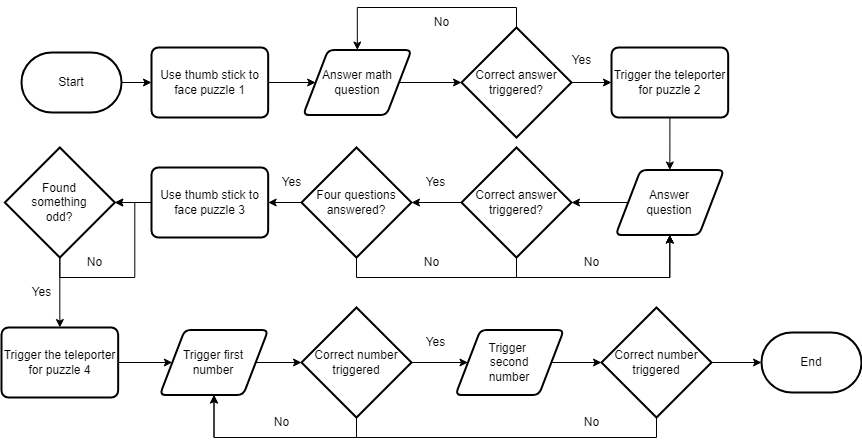
chanyongkeong8180/ykportfolio keeps this draw.io diagram as multimedia/flowchart.png. Above is the earlier version. Source tidied: cells renumbered, new cells last; positions are measured from the earlier drawing's top-left corner, leaving out a move shared by most shapes. Source of this version:
```xml
<mxGraphModel>
  <root>
    <mxCell id="0" />
    <mxCell id="1" parent="0" />
    <mxCell id="2" style="edgeStyle=orthogonalEdgeStyle;rounded=0;jettySize=auto;html=1;entryX=0;entryY=0.5;entryDx=0;entryDy=0;" parent="1" edge="1" source="3" target="5">
      <mxGeometry relative="1" as="geometry" />
    </mxCell>
    <mxCell id="3" value="Start" style="strokeWidth=2;html=1;shape=mxgraph.flowchart.terminator;whiteSpace=wrap;align=center;verticalAlign=middle;horizontal=1;" parent="1" vertex="1">
      <mxGeometry x="20" y="45" width="100" height="60" as="geometry" />
    </mxCell>
    <mxCell id="4" style="edgeStyle=orthogonalEdgeStyle;rounded=0;jettySize=auto;html=1;entryX=0;entryY=0.5;entryDx=0;entryDy=0;" parent="1" edge="1" source="5" target="30">
      <mxGeometry relative="1" as="geometry" />
    </mxCell>
    <mxCell id="5" value="Use thumb stick to face puzzle 1" style="rounded=1;whiteSpace=wrap;html=1;absoluteArcSize=1;arcSize=14;strokeWidth=2;" parent="1" vertex="1">
      <mxGeometry x="150" y="40" width="116.7" height="70" as="geometry" />
    </mxCell>
    <mxCell id="6" style="edgeStyle=orthogonalEdgeStyle;rounded=0;jettySize=auto;html=1;entryX=0;entryY=0.5;entryDx=0;entryDy=0;entryPerimeter=0;exitX=1;exitY=0.5;exitDx=0;exitDy=0;" parent="1" edge="1" source="30" target="9">
      <mxGeometry relative="1" as="geometry" />
    </mxCell>
    <mxCell id="7" style="edgeStyle=orthogonalEdgeStyle;rounded=0;jettySize=auto;html=1;exitX=1;exitY=0.5;exitDx=0;exitDy=0;exitPerimeter=0;entryX=0;entryY=0.5;entryDx=0;entryDy=0;" parent="1" edge="1" source="9" target="13">
      <mxGeometry relative="1" as="geometry" />
    </mxCell>
    <mxCell id="8" style="edgeStyle=orthogonalEdgeStyle;rounded=0;jettySize=auto;html=1;exitX=0.5;exitY=0;exitDx=0;exitDy=0;exitPerimeter=0;entryX=0.5;entryY=0;entryDx=0;entryDy=0;" parent="1" edge="1" source="9" target="30">
      <mxGeometry relative="1" as="geometry" />
    </mxCell>
    <mxCell id="9" value="Correct answer triggered?" style="strokeWidth=2;html=1;shape=mxgraph.flowchart.decision;whiteSpace=wrap;" parent="1" vertex="1">
      <mxGeometry x="460" y="20" width="110" height="110" as="geometry" />
    </mxCell>
    <mxCell id="10" value="Yes" style="text;html=1;align=center;verticalAlign=middle;strokeColor=none;fillColor=none;" parent="1" vertex="1">
      <mxGeometry x="560" y="38" width="40" height="30" as="geometry" />
    </mxCell>
    <mxCell id="11" value="No" style="text;html=1;align=center;verticalAlign=middle;strokeColor=none;fillColor=none;" parent="1" vertex="1">
      <mxGeometry x="420" width="40" height="30" as="geometry" />
    </mxCell>
    <mxCell id="12" style="edgeStyle=orthogonalEdgeStyle;rounded=0;jettySize=auto;html=1;entryX=0.5;entryY=0;entryDx=0;entryDy=0;" parent="1" edge="1" source="13" target="39">
      <mxGeometry relative="1" as="geometry" />
    </mxCell>
    <mxCell id="13" value="Trigger the teleporter for puzzle 2" style="rounded=1;whiteSpace=wrap;html=1;absoluteArcSize=1;arcSize=14;strokeWidth=2;" parent="1" vertex="1">
      <mxGeometry x="610" y="40" width="116.7" height="70" as="geometry" />
    </mxCell>
    <mxCell id="14" style="edgeStyle=orthogonalEdgeStyle;rounded=0;jettySize=auto;html=1;exitX=0.5;exitY=1;exitDx=0;exitDy=0;exitPerimeter=0;entryX=0.5;entryY=1;entryDx=0;entryDy=0;" parent="1" edge="1" source="16" target="39">
      <mxGeometry relative="1" as="geometry" />
    </mxCell>
    <mxCell id="15" style="edgeStyle=orthogonalEdgeStyle;rounded=0;jettySize=auto;html=1;exitX=0;exitY=0.5;exitDx=0;exitDy=0;exitPerimeter=0;entryX=1;entryY=0.5;entryDx=0;entryDy=0;entryPerimeter=0;" parent="1" edge="1" source="16" target="22">
      <mxGeometry relative="1" as="geometry" />
    </mxCell>
    <mxCell id="16" value="Correct answer triggered?" style="strokeWidth=2;html=1;shape=mxgraph.flowchart.decision;whiteSpace=wrap;" parent="1" vertex="1">
      <mxGeometry x="460" y="140" width="110" height="110" as="geometry" />
    </mxCell>
    <mxCell id="17" style="edgeStyle=orthogonalEdgeStyle;rounded=0;jettySize=auto;html=1;exitX=0;exitY=0.5;exitDx=0;exitDy=0;entryX=1;entryY=0.5;entryDx=0;entryDy=0;entryPerimeter=0;" parent="1" edge="1" source="39" target="16">
      <mxGeometry relative="1" as="geometry" />
    </mxCell>
    <mxCell id="18" value="No" style="text;html=1;align=center;verticalAlign=middle;strokeColor=none;fillColor=none;" parent="1" vertex="1">
      <mxGeometry x="570" y="240" width="40" height="30" as="geometry" />
    </mxCell>
    <mxCell id="19" value="Yes" style="text;html=1;align=center;verticalAlign=middle;strokeColor=none;fillColor=none;" parent="1" vertex="1">
      <mxGeometry x="414" y="160" width="40" height="30" as="geometry" />
    </mxCell>
    <mxCell id="20" style="edgeStyle=orthogonalEdgeStyle;rounded=0;jettySize=auto;html=1;exitX=0;exitY=0.5;exitDx=0;exitDy=0;exitPerimeter=0;entryX=1;entryY=0.5;entryDx=0;entryDy=0;" parent="1" edge="1" source="22" target="26">
      <mxGeometry relative="1" as="geometry" />
    </mxCell>
    <mxCell id="21" style="edgeStyle=orthogonalEdgeStyle;rounded=0;orthogonalLoop=1;jettySize=auto;html=1;exitX=0.5;exitY=1;exitDx=0;exitDy=0;exitPerimeter=0;entryX=0.5;entryY=1;entryDx=0;entryDy=0;" parent="1" edge="1">
      <mxGeometry relative="1" as="geometry">
        <mxPoint x="668.3" y="235" as="sourcePoint" />
        <mxPoint x="668.3" y="227.5" as="targetPoint" />
      </mxGeometry>
    </mxCell>
    <mxCell id="22" value="Four questions answered?" style="strokeWidth=2;html=1;shape=mxgraph.flowchart.decision;whiteSpace=wrap;" parent="1" vertex="1">
      <mxGeometry x="300" y="140" width="110" height="110" as="geometry" />
    </mxCell>
    <mxCell id="23" value="Yes" style="text;html=1;align=center;verticalAlign=middle;strokeColor=none;fillColor=none;" parent="1" vertex="1">
      <mxGeometry x="270" y="160" width="40" height="30" as="geometry" />
    </mxCell>
    <mxCell id="24" value="No" style="text;html=1;align=center;verticalAlign=middle;strokeColor=none;fillColor=none;" parent="1" vertex="1">
      <mxGeometry x="410" y="240" width="40" height="30" as="geometry" />
    </mxCell>
    <mxCell id="25" style="edgeStyle=orthogonalEdgeStyle;rounded=0;jettySize=auto;html=1;exitX=0;exitY=0.5;exitDx=0;exitDy=0;entryX=1;entryY=0.5;entryDx=0;entryDy=0;entryPerimeter=0;" parent="1" edge="1" source="26" target="42">
      <mxGeometry relative="1" as="geometry" />
    </mxCell>
    <mxCell id="26" value="Use thumb stick to face puzzle 3" style="rounded=1;whiteSpace=wrap;html=1;absoluteArcSize=1;arcSize=14;strokeWidth=2;" parent="1" vertex="1">
      <mxGeometry x="150" y="160" width="116.7" height="70" as="geometry" />
    </mxCell>
    <mxCell id="27" style="edgeStyle=orthogonalEdgeStyle;rounded=0;jettySize=auto;html=1;exitX=0.5;exitY=1;exitDx=0;exitDy=0;entryX=0.5;entryY=0;entryDx=0;entryDy=0;exitPerimeter=0;" parent="1" edge="1" source="42" target="29">
      <mxGeometry relative="1" as="geometry" />
    </mxCell>
    <mxCell id="28" style="edgeStyle=orthogonalEdgeStyle;rounded=0;jettySize=auto;html=1;entryX=0;entryY=0.5;entryDx=0;entryDy=0;" parent="1" edge="1" source="29" target="40">
      <mxGeometry relative="1" as="geometry" />
    </mxCell>
    <mxCell id="29" value="Trigger the teleporter for puzzle 4" style="rounded=1;whiteSpace=wrap;html=1;absoluteArcSize=1;arcSize=14;strokeWidth=2;" parent="1" vertex="1">
      <mxGeometry y="320" width="116.7" height="70" as="geometry" />
    </mxCell>
    <mxCell id="30" value="Answer math question" style="shape=parallelogram;html=1;strokeWidth=2;perimeter=parallelogramPerimeter;whiteSpace=wrap;rounded=1;arcSize=12;size=0.23;" parent="1" vertex="1">
      <mxGeometry x="301.7" y="42.5" width="108.3" height="65" as="geometry" />
    </mxCell>
    <mxCell id="31" value="Yes" style="text;html=1;align=center;verticalAlign=middle;strokeColor=none;fillColor=none;" parent="1" vertex="1">
      <mxGeometry x="20" y="270" width="40" height="30" as="geometry" />
    </mxCell>
    <mxCell id="32" style="edgeStyle=orthogonalEdgeStyle;rounded=0;jettySize=auto;html=1;exitX=1;exitY=0.5;exitDx=0;exitDy=0;entryX=0;entryY=0.5;entryDx=0;entryDy=0;entryPerimeter=0;" parent="1" edge="1" source="40" target="35">
      <mxGeometry relative="1" as="geometry" />
    </mxCell>
    <mxCell id="33" style="edgeStyle=orthogonalEdgeStyle;rounded=0;jettySize=auto;html=1;exitX=1;exitY=0.5;exitDx=0;exitDy=0;exitPerimeter=0;entryX=0;entryY=0.5;entryDx=0;entryDy=0;" parent="1" edge="1" source="35" target="41">
      <mxGeometry relative="1" as="geometry" />
    </mxCell>
    <mxCell id="34" style="edgeStyle=orthogonalEdgeStyle;rounded=0;jettySize=auto;html=1;exitX=0.5;exitY=1;exitDx=0;exitDy=0;exitPerimeter=0;entryX=0.5;entryY=1;entryDx=0;entryDy=0;" parent="1" edge="1" source="35" target="40">
      <mxGeometry relative="1" as="geometry" />
    </mxCell>
    <mxCell id="35" value="Correct number triggered" style="strokeWidth=2;html=1;shape=mxgraph.flowchart.decision;whiteSpace=wrap;" parent="1" vertex="1">
      <mxGeometry x="300" y="300" width="110" height="110" as="geometry" />
    </mxCell>
    <mxCell id="36" value="Yes" style="text;html=1;align=center;verticalAlign=middle;strokeColor=none;fillColor=none;" parent="1" vertex="1">
      <mxGeometry x="414" y="320" width="40" height="30" as="geometry" />
    </mxCell>
    <mxCell id="37" value="No" style="text;html=1;align=center;verticalAlign=middle;strokeColor=none;fillColor=none;" parent="1" vertex="1">
      <mxGeometry x="260" y="400" width="40" height="30" as="geometry" />
    </mxCell>
    <mxCell id="38" style="edgeStyle=orthogonalEdgeStyle;rounded=0;jettySize=auto;html=1;exitX=0.5;exitY=1;exitDx=0;exitDy=0;exitPerimeter=0;entryX=0.5;entryY=1;entryDx=0;entryDy=0;" parent="1" edge="1" source="22" target="39">
      <mxGeometry relative="1" as="geometry" />
    </mxCell>
    <mxCell id="39" value="Answer&lt;div&gt;question&lt;/div&gt;" style="shape=parallelogram;html=1;strokeWidth=2;perimeter=parallelogramPerimeter;whiteSpace=wrap;rounded=1;arcSize=12;size=0.23;" parent="1" vertex="1">
      <mxGeometry x="614.2" y="162.5" width="108.3" height="65" as="geometry" />
    </mxCell>
    <mxCell id="40" value="Trigger first&lt;div&gt;number&lt;/div&gt;" style="shape=parallelogram;html=1;strokeWidth=2;perimeter=parallelogramPerimeter;whiteSpace=wrap;rounded=1;arcSize=12;size=0.23;" parent="1" vertex="1">
      <mxGeometry x="158.3" y="322.5" width="108.3" height="65" as="geometry" />
    </mxCell>
    <mxCell id="41" value="Trigger&amp;nbsp;&lt;div&gt;second&lt;div&gt;number&lt;/div&gt;&lt;/div&gt;" style="shape=parallelogram;html=1;strokeWidth=2;perimeter=parallelogramPerimeter;whiteSpace=wrap;rounded=1;arcSize=12;size=0.23;" parent="1" vertex="1">
      <mxGeometry x="454" y="322.5" width="108.3" height="65" as="geometry" />
    </mxCell>
    <mxCell id="42" value="Found&lt;div&gt;something&lt;/div&gt;&lt;div&gt;odd?&lt;/div&gt;" style="strokeWidth=2;html=1;shape=mxgraph.flowchart.decision;whiteSpace=wrap;" parent="1" vertex="1">
      <mxGeometry x="3.3" y="140" width="110" height="110" as="geometry" />
    </mxCell>
    <mxCell id="43" value="No" style="text;html=1;align=center;verticalAlign=middle;strokeColor=none;fillColor=none;" parent="1" vertex="1">
      <mxGeometry x="73.3" y="240" width="40" height="30" as="geometry" />
    </mxCell>
    <mxCell id="44" style="edgeStyle=orthogonalEdgeStyle;rounded=0;orthogonalLoop=1;jettySize=auto;html=1;exitX=0.5;exitY=1;exitDx=0;exitDy=0;exitPerimeter=0;entryX=1;entryY=0.5;entryDx=0;entryDy=0;entryPerimeter=0;" parent="1" edge="1" source="42" target="42">
      <mxGeometry relative="1" as="geometry" />
    </mxCell>
    <mxCell id="45" style="edgeStyle=orthogonalEdgeStyle;rounded=0;jettySize=auto;html=1;exitX=0.5;exitY=1;exitDx=0;exitDy=0;exitPerimeter=0;entryX=0.5;entryY=1;entryDx=0;entryDy=0;" parent="1" edge="1" source="47" target="40">
      <mxGeometry relative="1" as="geometry" />
    </mxCell>
    <mxCell id="46" style="edgeStyle=orthogonalEdgeStyle;rounded=0;jettySize=auto;html=1;exitX=1;exitY=0.5;exitDx=0;exitDy=0;exitPerimeter=0;entryX=0;entryY=0.5;entryDx=0;entryDy=0;entryPerimeter=0;" parent="1" edge="1" source="47" target="50">
      <mxGeometry relative="1" as="geometry" />
    </mxCell>
    <mxCell id="47" value="Correct number triggered" style="strokeWidth=2;html=1;shape=mxgraph.flowchart.decision;whiteSpace=wrap;" parent="1" vertex="1">
      <mxGeometry x="600" y="300" width="110" height="110" as="geometry" />
    </mxCell>
    <mxCell id="48" style="edgeStyle=orthogonalEdgeStyle;rounded=0;jettySize=auto;html=1;exitX=1;exitY=0.5;exitDx=0;exitDy=0;entryX=0;entryY=0.5;entryDx=0;entryDy=0;entryPerimeter=0;" parent="1" edge="1" source="41" target="47">
      <mxGeometry relative="1" as="geometry" />
    </mxCell>
    <mxCell id="49" value="No" style="text;html=1;align=center;verticalAlign=middle;strokeColor=none;fillColor=none;" parent="1" vertex="1">
      <mxGeometry x="570" y="400" width="40" height="30" as="geometry" />
    </mxCell>
    <mxCell id="50" value="End" style="strokeWidth=2;html=1;shape=mxgraph.flowchart.terminator;whiteSpace=wrap;align=center;verticalAlign=middle;horizontal=1;" parent="1" vertex="1">
      <mxGeometry x="760" y="325" width="100" height="60" as="geometry" />
    </mxCell>
  </root>
</mxGraphModel>
```
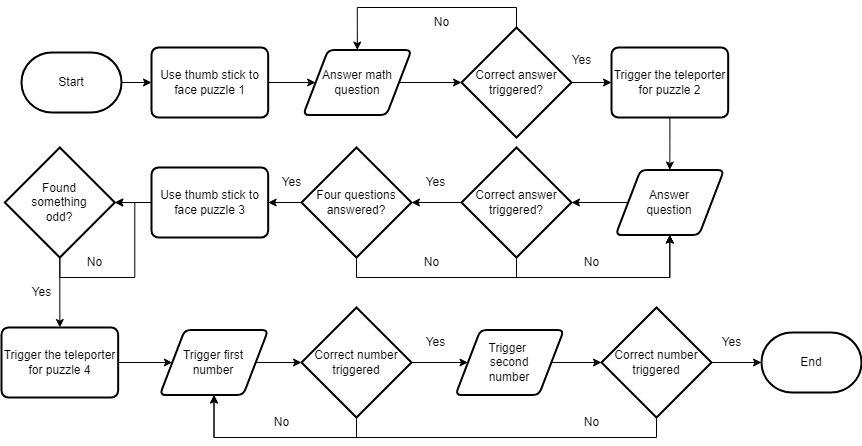
The same diagram one commit later.

Commit message:
Added Figma in designing section of about page with minor changes to flowchart in immersive technologies page.

The edit, as a diff of the source:
```diff
@@ -152,5 +152,8 @@
     <mxCell id="50" value="End" style="strokeWidth=2;html=1;shape=mxgraph.flowchart.terminator;whiteSpace=wrap;align=center;verticalAlign=middle;horizontal=1;" parent="1" vertex="1">
       <mxGeometry x="760" y="325" width="100" height="60" as="geometry" />
     </mxCell>
+    <mxCell id="51" value="Yes" style="text;html=1;align=center;verticalAlign=middle;strokeColor=none;fillColor=none;" parent="1" vertex="1">
+      <mxGeometry x="710" y="320" width="40" height="30" as="geometry" />
+    </mxCell>
   </root>
 </mxGraphModel>
```
